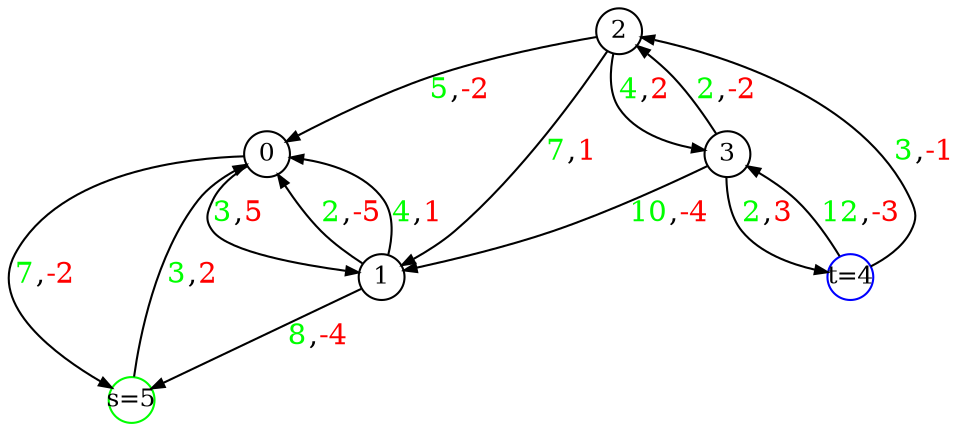
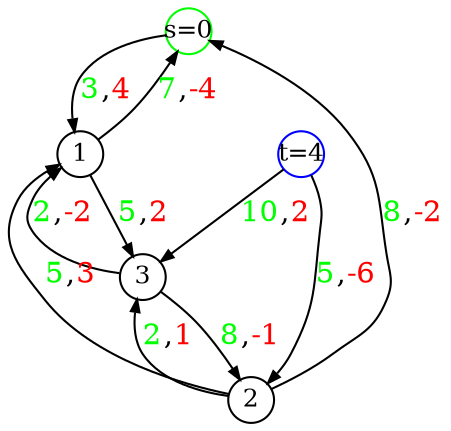
digraph G {
  graph [nodesep="0.3", ranksep="0.3", fontsize=12]
  node [shape=circle, fixedsize=true, width=.3, height=.3, fontsize=12]
  edge [arrowsize=0.6]

-   0 -> 5 [label = <<font color="green">7</font>,<font color="red">-2</font>>]
-   0 -> 1 [label = <<font color="green">3</font>,<font color="red">5</font>>]
-   1 -> 5 [label = <<font color="green">8</font>,<font color="red">-4</font>>]
-   1 -> 0 [label = <<font color="green">2</font>,<font color="red">-5</font>>]
-   1 -> 0 [label = <<font color="green">4</font>,<font color="red">1</font>>]
-   2 -> 0 [label = <<font color="green">5</font>,<font color="red">-2</font>>]
-   2 -> 1 [label = <<font color="green">7</font>,<font color="red">1</font>>]
-   2 -> 3 [label = <<font color="green">4</font>,<font color="red">2</font>>]
-   3 -> 1 [label = <<font color="green">10</font>,<font color="red">-4</font>>]
-   3 -> 2 [label = <<font color="green">2</font>,<font color="red">-2</font>>]
-   3 -> 4 [label = <<font color="green">2</font>,<font color="red">3</font>>]
-   4 -> 2 [label = <<font color="green">3</font>,<font color="red">-1</font>>]
-   4 -> 3 [label = <<font color="green">12</font>,<font color="red">-3</font>>]
-   5 -> 0 [label = <<font color="green">3</font>,<font color="red">2</font>>]
+   0 -> 1 [label = <<font color="green">3</font>,<font color="red">4</font>>]
+   1 -> 0 [label = <<font color="green">7</font>,<font color="red">-4</font>>]
+   1 -> 3 [label = <<font color="green">5</font>,<font color="red">2</font>>]
+   2 -> 0 [label = <<font color="green">8</font>,<font color="red">-2</font>>]
+   2 -> 1 [label = <<font color="green">5</font>,<font color="red">3</font>>]
+   2 -> 3 [label = <<font color="green">2</font>,<font color="red">1</font>>]
+   3 -> 1 [label = <<font color="green">2</font>,<font color="red">-2</font>>]
+   3 -> 2 [label = <<font color="green">8</font>,<font color="red">-1</font>>]
+   4 -> 2 [label = <<font color="green">5</font>,<font color="red">-6</font>>]
+   4 -> 3 [label = <<font color="green">10</font>,<font color="red">2</font>>]

-   0 [label="0"]
+   0 [label="s=0", color=green]
  1 [label="1"]
  2 [label="2"]
  3 [label="3"]
  4 [label="t=4", color=blue]
-   5 [label="s=5", color=green]
}
